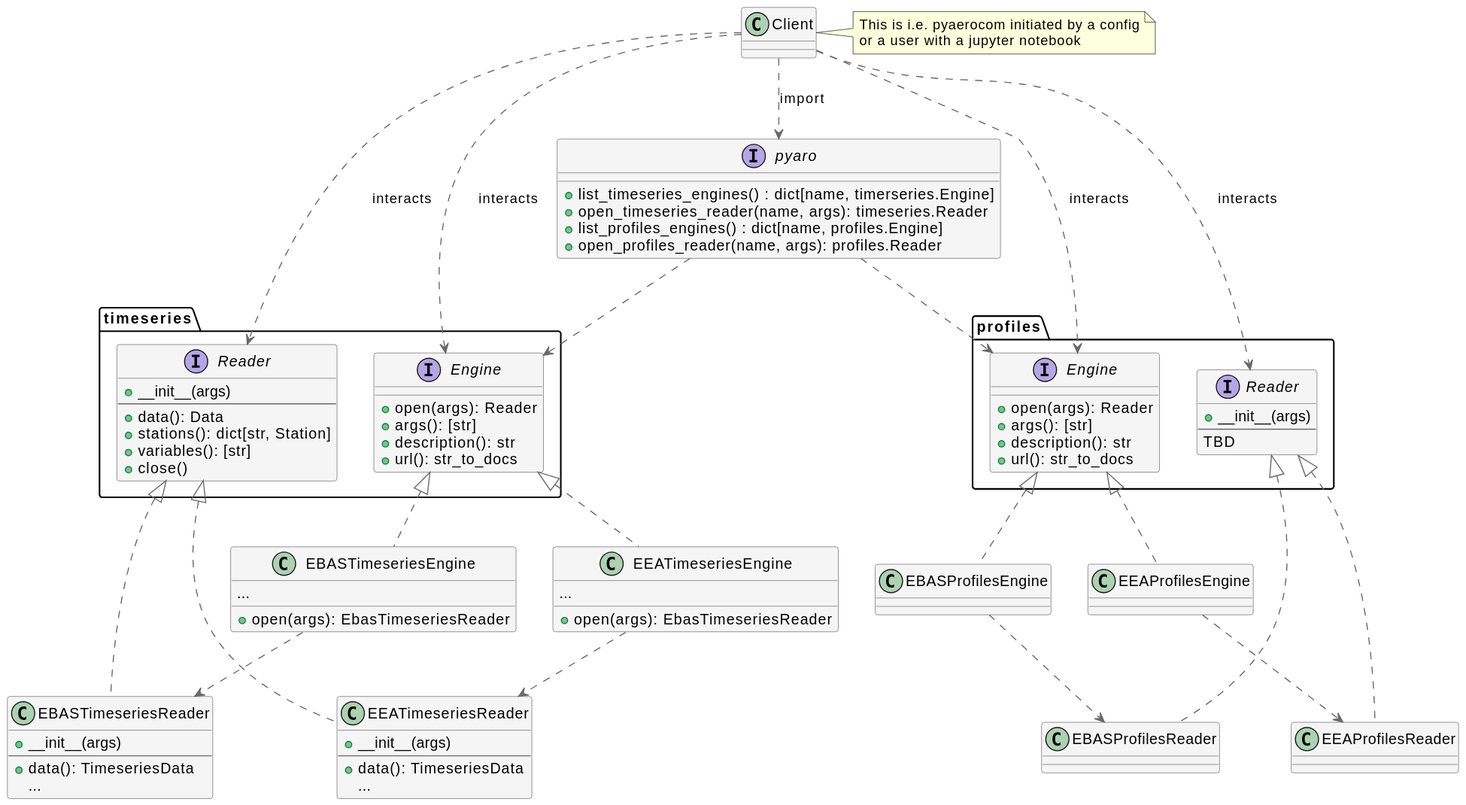
Above: docs/pics/ReaderFactory.svg in metno/pyaro (PlantUML), before the change.
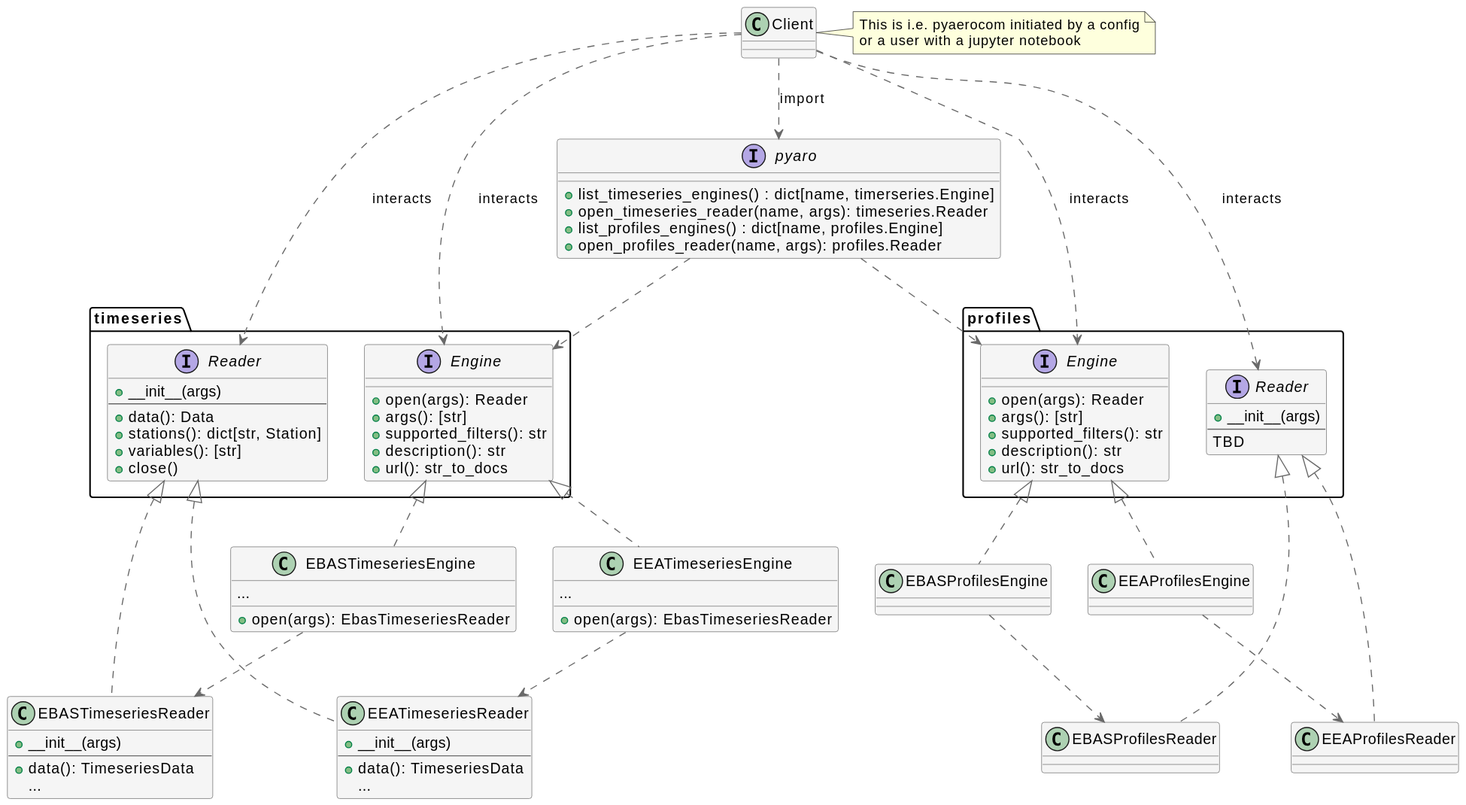
After the commit.

Commit message:
adding supported_filtes

Change to the diagram source:
```diff
@@ -23,6 +23,7 @@
 interface timeseries.Engine {
   + open(args): Reader
   + args(): [str]
+  + supported_filters(): str
   + description(): str
   + url(): str_to_docs
 }
@@ -63,6 +64,7 @@
 interface profiles.Engine {
   + open(args): Reader
   + args(): [str]
+  + supported_filters(): str
   + description(): str
   + url(): str_to_docs
 }
```
